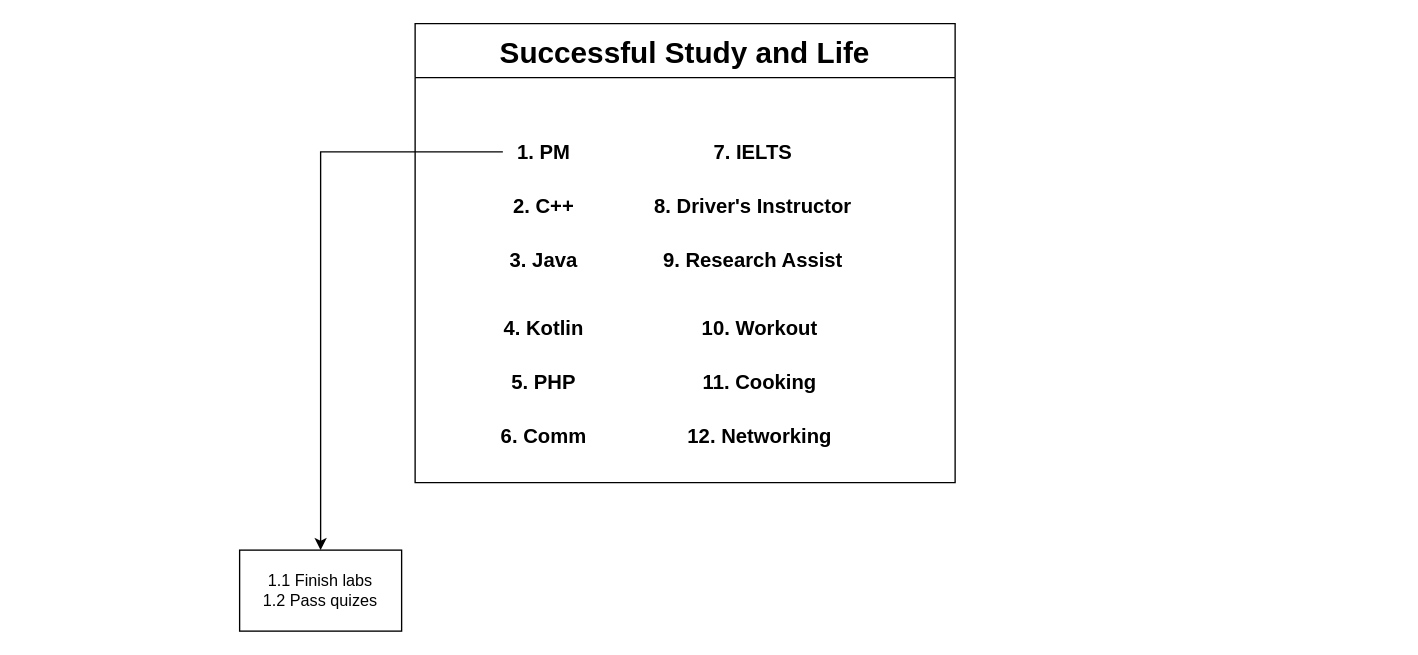
Above: Untitled Diagram.drawio in ObeeeWon/Diagrams (draw.io), before the change. Source tidied: cells renumbered, new cells numbered last; positions are measured from the earlier drawing's top-left corner, leaving out a move shared by most shapes. Both pictures are drawn from the tidied source at 135%, with x=0, y=0 at pixel (239, 23).
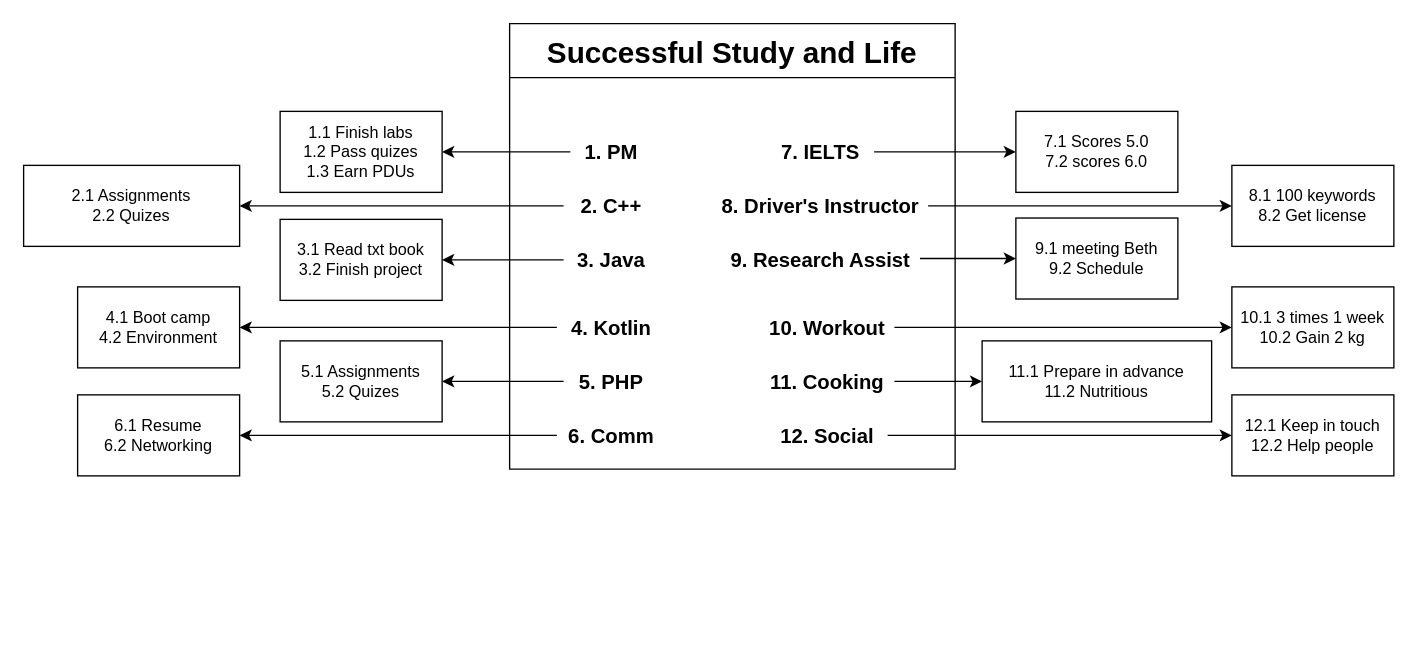
Above is the later version.

Diff of the diagram source:
```diff
@@
     <mxCell id="2" value="Successful Study and Life" style="swimlane;fontSize=22;startSize=40;" parent="1" vertex="1">
-      <mxGeometry x="130" width="400" height="340" as="geometry" />
+      <mxGeometry x="200" width="330" height="330" as="geometry" />
     </mxCell>
     <mxCell id="3" value="1. PM" style="text;html=1;align=center;verticalAlign=middle;points=[];strokeColor=none;fillColor=none;fontSize=15;fontStyle=1;" parent="2" vertex="1">
-      <mxGeometry x="65" y="80" width="60" height="30" as="geometry" />
+      <mxGeometry x="45" y="80" width="60" height="30" as="geometry" />
     </mxCell>
     <mxCell id="4" value="2. C++" style="text;html=1;align=center;verticalAlign=middle;points=[];strokeColor=none;fillColor=none;fontSize=15;fontStyle=1;" parent="2" vertex="1">
-      <mxGeometry x="60" y="120" width="70" height="30" as="geometry" />
+      <mxGeometry x="40" y="120" width="70" height="30" as="geometry" />
     </mxCell>
     <mxCell id="5" value="3. Java" style="text;html=1;align=center;verticalAlign=middle;points=[];strokeColor=none;fillColor=none;fontSize=15;fontStyle=1;" parent="2" vertex="1">
-      <mxGeometry x="60" y="160" width="70" height="30" as="geometry" />
+      <mxGeometry x="40" y="160" width="70" height="30" as="geometry" />
     </mxCell>
     <mxCell id="6" value="4. Kotlin" style="text;html=1;align=center;verticalAlign=middle;points=[];strokeColor=none;fillColor=none;fontSize=15;fontStyle=1;" parent="2" vertex="1">
-      <mxGeometry x="55" y="210" width="80" height="30" as="geometry" />
+      <mxGeometry x="35" y="210" width="80" height="30" as="geometry" />
     </mxCell>
     <mxCell id="7" value="6. Comm" style="text;html=1;align=center;verticalAlign=middle;points=[];strokeColor=none;fillColor=none;fontSize=15;fontStyle=1;" parent="2" vertex="1">
-      <mxGeometry x="55" y="290" width="80" height="30" as="geometry" />
+      <mxGeometry x="35" y="290" width="80" height="30" as="geometry" />
     </mxCell>
     <mxCell id="8" value="5. PHP" style="text;html=1;align=center;verticalAlign=middle;points=[];strokeColor=none;fillColor=none;fontSize=15;fontStyle=1;" parent="2" vertex="1">
-      <mxGeometry x="60" y="250" width="70" height="30" as="geometry" />
+      <mxGeometry x="40" y="250" width="70" height="30" as="geometry" />
     </mxCell>
     <mxCell id="9" value="7. IELTS" style="text;html=1;align=center;verticalAlign=middle;points=[];strokeColor=none;fillColor=none;fontSize=15;fontStyle=1;" parent="2" vertex="1">
-      <mxGeometry x="210" y="80" width="80" height="30" as="geometry" />
+      <mxGeometry x="190" y="80" width="80" height="30" as="geometry" />
     </mxCell>
     <mxCell id="10" value="8. Driver's Instructor" style="text;html=1;align=center;verticalAlign=middle;points=[];strokeColor=none;fillColor=none;fontSize=15;fontStyle=1;" parent="2" vertex="1">
-      <mxGeometry x="170" y="120" width="160" height="30" as="geometry" />
+      <mxGeometry x="150" y="120" width="160" height="30" as="geometry" />
     </mxCell>
     <mxCell id="11" value="9. Research Assist" style="text;html=1;align=center;verticalAlign=middle;points=[];strokeColor=none;fillColor=none;fontSize=15;fontStyle=1;" parent="2" vertex="1">
-      <mxGeometry x="175" y="160" width="150" height="30" as="geometry" />
+      <mxGeometry x="155" y="160" width="150" height="30" as="geometry" />
     </mxCell>
     <mxCell id="12" value="10. Workout" style="text;html=1;align=center;verticalAlign=middle;points=[];strokeColor=none;fillColor=none;fontSize=15;fontStyle=1;" parent="2" vertex="1">
-      <mxGeometry x="205" y="210" width="100" height="30" as="geometry" />
+      <mxGeometry x="185" y="210" width="100" height="30" as="geometry" />
     </mxCell>
     <mxCell id="13" value="11. Cooking" style="text;html=1;align=center;verticalAlign=middle;points=[];strokeColor=none;fillColor=none;fontSize=15;fontStyle=1;" parent="2" vertex="1">
-      <mxGeometry x="205" y="250" width="100" height="30" as="geometry" />
+      <mxGeometry x="185" y="250" width="100" height="30" as="geometry" />
     </mxCell>
-    <mxCell id="14" value="12. Networking" style="text;html=1;align=center;verticalAlign=middle;points=[];strokeColor=none;fillColor=none;fontSize=15;fontStyle=1;" parent="2" vertex="1">
-      <mxGeometry x="195" y="290" width="120" height="30" as="geometry" />
+    <mxCell id="14" value="12. Social" style="text;html=1;align=center;verticalAlign=middle;points=[];strokeColor=none;fillColor=none;fontSize=15;fontStyle=1;" parent="2" vertex="1">
+      <mxGeometry x="190" y="290" width="90" height="30" as="geometry" />
     </mxCell>
-    <mxCell id="15" value="1.1 Finish labs&lt;div&gt;1.2 Pass quizes&lt;/div&gt;" style="whiteSpace=wrap;html=1;" parent="1" vertex="1">
-      <mxGeometry y="390" width="120" height="60" as="geometry" />
+    <mxCell id="15" value="1.1 Finish labs&lt;div&gt;1.2 Pass quizes&lt;/div&gt;&lt;div&gt;1.3 Earn PDUs&lt;/div&gt;" style="whiteSpace=wrap;html=1;" parent="1" vertex="1">
+      <mxGeometry x="30" y="65" width="120" height="60" as="geometry" />
     </mxCell>
@@
+    <mxCell id="17" value="2.1 Assignments&lt;div&gt;2.2 Quizes&lt;/div&gt;" style="whiteSpace=wrap;html=1;" parent="1" vertex="1">
+      <mxGeometry x="-160" y="105" width="160" height="60" as="geometry" />
+    </mxCell>
+    <mxCell id="18" style="edgeStyle=orthogonalEdgeStyle;rounded=0;jettySize=auto;html=1;" parent="1" edge="1" source="4" target="17">
+      <mxGeometry relative="1" as="geometry" />
+    </mxCell>
+    <mxCell id="19" value="3.1 Read txt book&lt;div&gt;3.2 Finish project&lt;/div&gt;" style="whiteSpace=wrap;html=1;" parent="1" vertex="1">
+      <mxGeometry x="30" y="145" width="120" height="60" as="geometry" />
+    </mxCell>
+    <mxCell id="20" style="edgeStyle=orthogonalEdgeStyle;rounded=0;jettySize=auto;html=1;" parent="1" edge="1" source="5" target="19">
+      <mxGeometry relative="1" as="geometry" />
+    </mxCell>
+    <mxCell id="21" value="4.1 Boot camp&lt;div&gt;4.2 Environment&lt;/div&gt;" style="whiteSpace=wrap;html=1;" parent="1" vertex="1">
+      <mxGeometry x="-120" y="195" width="120" height="60" as="geometry" />
+    </mxCell>
+    <mxCell id="22" style="edgeStyle=orthogonalEdgeStyle;rounded=0;jettySize=auto;html=1;entryX=1;entryY=0.5;entryDx=0;entryDy=0;" parent="1" edge="1" source="6" target="21">
+      <mxGeometry relative="1" as="geometry" />
+    </mxCell>
+    <mxCell id="23" value="5.1 Assignments&lt;div&gt;5.2 Quizes&lt;/div&gt;" style="whiteSpace=wrap;html=1;" parent="1" vertex="1">
+      <mxGeometry x="30" y="235" width="120" height="60" as="geometry" />
+    </mxCell>
+    <mxCell id="24" style="edgeStyle=orthogonalEdgeStyle;rounded=0;jettySize=auto;html=1;" parent="1" edge="1" source="8" target="23">
+      <mxGeometry relative="1" as="geometry" />
+    </mxCell>
+    <mxCell id="25" value="6.1 Resume&lt;div&gt;6.2 Networking&lt;/div&gt;" style="whiteSpace=wrap;html=1;" parent="1" vertex="1">
+      <mxGeometry x="-120" y="275" width="120" height="60" as="geometry" />
+    </mxCell>
+    <mxCell id="26" style="edgeStyle=orthogonalEdgeStyle;rounded=0;jettySize=auto;html=1;" parent="1" edge="1" source="7" target="25">
+      <mxGeometry relative="1" as="geometry" />
+    </mxCell>
+    <mxCell id="27" value="7.1 Scores 5.0&lt;div&gt;7.2 scores 6.0&lt;/div&gt;" style="whiteSpace=wrap;html=1;" parent="1" vertex="1">
+      <mxGeometry x="575" y="65" width="120" height="60" as="geometry" />
+    </mxCell>
+    <mxCell id="28" style="edgeStyle=orthogonalEdgeStyle;rounded=0;jettySize=auto;html=1;entryX=0;entryY=0.5;entryDx=0;entryDy=0;" parent="1" edge="1" source="9" target="27">
+      <mxGeometry relative="1" as="geometry" />
+    </mxCell>
+    <mxCell id="29" value="8.1 100 keywords&lt;div&gt;8.2 Get license&lt;/div&gt;" style="whiteSpace=wrap;html=1;" parent="1" vertex="1">
+      <mxGeometry x="735" y="105" width="120" height="60" as="geometry" />
+    </mxCell>
+    <mxCell id="30" style="edgeStyle=orthogonalEdgeStyle;rounded=0;jettySize=auto;html=1;" parent="1" edge="1" source="10" target="29">
+      <mxGeometry relative="1" as="geometry" />
+    </mxCell>
+    <mxCell id="31" value="9.1 meeting Beth&lt;div&gt;9.2 Schedule&lt;/div&gt;" style="whiteSpace=wrap;html=1;" parent="1" vertex="1">
+      <mxGeometry x="575" y="144" width="120" height="60" as="geometry" />
+    </mxCell>
+    <mxCell id="32" style="edgeStyle=orthogonalEdgeStyle;rounded=0;jettySize=auto;html=1;exitX=0.993;exitY=0.467;exitDx=0;exitDy=0;exitPerimeter=0;" parent="1" edge="1" source="11" target="31">
+      <mxGeometry relative="1" as="geometry" />
+    </mxCell>
+    <mxCell id="33" value="10.1 3 times 1 week&lt;div&gt;10.2 Gain 2 kg&lt;/div&gt;" style="whiteSpace=wrap;html=1;" parent="1" vertex="1">
+      <mxGeometry x="735" y="195" width="120" height="60" as="geometry" />
+    </mxCell>
+    <mxCell id="34" style="edgeStyle=orthogonalEdgeStyle;rounded=0;jettySize=auto;html=1;entryX=0;entryY=0.5;entryDx=0;entryDy=0;" parent="1" edge="1" source="12" target="33">
+      <mxGeometry relative="1" as="geometry" />
+    </mxCell>
+    <mxCell id="35" value="11.1 Prepare in advance&lt;div&gt;11.2 Nutritious&lt;/div&gt;" style="whiteSpace=wrap;html=1;" parent="1" vertex="1">
+      <mxGeometry x="550" y="235" width="170" height="60" as="geometry" />
+    </mxCell>
+    <mxCell id="36" value="12.1 Keep in touch&lt;div&gt;&lt;span style=&quot;background-color: initial;&quot;&gt;12.2 Help people&lt;/span&gt;&lt;/div&gt;" style="whiteSpace=wrap;html=1;" parent="1" vertex="1">
+      <mxGeometry x="735" y="275" width="120" height="60" as="geometry" />
+    </mxCell>
+    <mxCell id="37" style="edgeStyle=orthogonalEdgeStyle;rounded=0;jettySize=auto;html=1;entryX=0;entryY=0.5;entryDx=0;entryDy=0;" parent="1" edge="1" source="14" target="36">
+      <mxGeometry relative="1" as="geometry" />
+    </mxCell>
+    <mxCell id="38" style="edgeStyle=orthogonalEdgeStyle;rounded=0;jettySize=auto;html=1;entryX=0;entryY=0.5;entryDx=0;entryDy=0;" parent="1" edge="1" source="13" target="35">
+      <mxGeometry relative="1" as="geometry" />
+    </mxCell>
```
